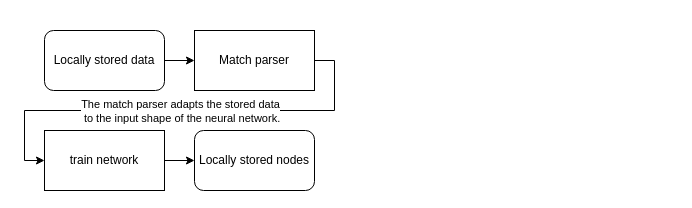
Above: writeup_main_project/drawIO/archetecture_uml_2.drawio in MidriffPie44/id1214-Labs (draw.io), before the change. Source tidied: cells renumbered, new cells numbered last; positions are measured from the earlier drawing's top-left corner, leaving out a move shared by most shapes. Both pictures are drawn from the tidied source at 100%, with x=0, y=0 at pixel (44, 30).
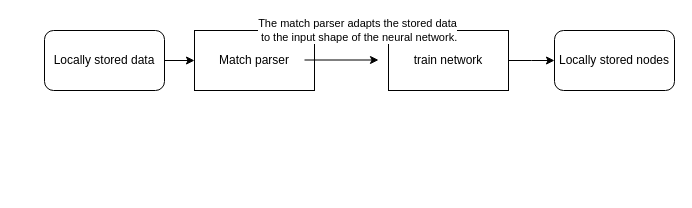
The same diagram, later.

Change to the diagram source:
```diff
@@
 <mxGraphModel>
   <root>
     <mxCell id="0" />
     <mxCell id="1" parent="0" />
     <mxCell id="2" style="edgeStyle=orthogonalEdgeStyle;rounded=0;jettySize=auto;html=1;exitX=1;exitY=0.5;exitDx=0;exitDy=0;entryX=0;entryY=0.5;entryDx=0;entryDy=0;" parent="1" edge="1" source="3" target="6">
       <mxGeometry relative="1" as="geometry" />
     </mxCell>
     <mxCell id="3" value="Locally stored data" style="rounded=1;whiteSpace=wrap;html=1;" parent="1" vertex="1">
       <mxGeometry width="120" height="60" as="geometry" />
     </mxCell>
-    <mxCell id="4" style="edgeStyle=orthogonalEdgeStyle;rounded=0;jettySize=auto;html=1;exitX=1;exitY=0.5;exitDx=0;exitDy=0;entryX=0;entryY=0.5;entryDx=0;entryDy=0;" parent="1" edge="1" source="6" target="8">
-      <mxGeometry relative="1" as="geometry" />
-    </mxCell>
-    <mxCell id="5" value="The match parser adapts the stored data&lt;br&gt;&amp;nbsp;to the input shape of the neural network." style="edgeLabel;html=1;align=center;verticalAlign=middle;" parent="4" vertex="1">
-      <mxGeometry relative="1" as="geometry" />
-    </mxCell>
     <mxCell id="6" value="Match parser" style="rounded=0;whiteSpace=wrap;html=1;" parent="1" vertex="1">
       <mxGeometry x="150" width="120" height="60" as="geometry" />
     </mxCell>
-    <mxCell id="7" style="edgeStyle=orthogonalEdgeStyle;rounded=0;jettySize=auto;html=1;exitX=1;exitY=0.5;exitDx=0;exitDy=0;entryX=0;entryY=0.5;entryDx=0;entryDy=0;" parent="1" edge="1" source="8" target="9">
-      <mxGeometry relative="1" as="geometry" />
+    <mxCell id="7" style="edgeStyle=orthogonalEdgeStyle;rounded=0;jettySize=auto;html=1;exitX=1;exitY=0.5;exitDx=0;exitDy=0;entryX=0;entryY=0.5;entryDx=0;entryDy=0;" parent="1" edge="1" source="8">
+      <mxGeometry relative="1" as="geometry">
+        <mxPoint x="510" y="30" as="targetPoint" />
+      </mxGeometry>
     </mxCell>
     <mxCell id="8" value="train network" style="rounded=0;whiteSpace=wrap;html=1;" parent="1" vertex="1">
-      <mxGeometry y="100" width="120" height="60" as="geometry" />
+      <mxGeometry x="344" width="120" height="60" as="geometry" />
     </mxCell>
     <mxCell id="9" value="Locally stored nodes" style="rounded=1;whiteSpace=wrap;html=1;" parent="1" vertex="1">
-      <mxGeometry x="150" y="100" width="120" height="60" as="geometry" />
+      <mxGeometry x="510" width="120" height="60" as="geometry" />
     </mxCell>
+    <mxCell id="4" style="edgeStyle=orthogonalEdgeStyle;rounded=0;orthogonalLoop=1;jettySize=auto;html=1;exitX=1;exitY=0.5;exitDx=0;exitDy=0;entryX=0;entryY=0.5;entryDx=0;entryDy=0;" parent="1" edge="1">
+      <mxGeometry relative="1" as="geometry">
+        <mxPoint x="260" y="29.5" as="sourcePoint" />
+        <mxPoint x="334" y="29.5" as="targetPoint" />
+      </mxGeometry>
+    </mxCell>
+    <mxCell id="5" value="The match parser adapts the stored data&lt;br&gt;&amp;nbsp;to the input shape of the neural network." style="edgeLabel;html=1;align=center;verticalAlign=middle;" parent="4" vertex="1">
+      <mxGeometry relative="1" as="geometry">
+        <mxPoint x="15" y="-30" as="offset" />
+      </mxGeometry>
+    </mxCell>
   </root>
 </mxGraphModel>
```
